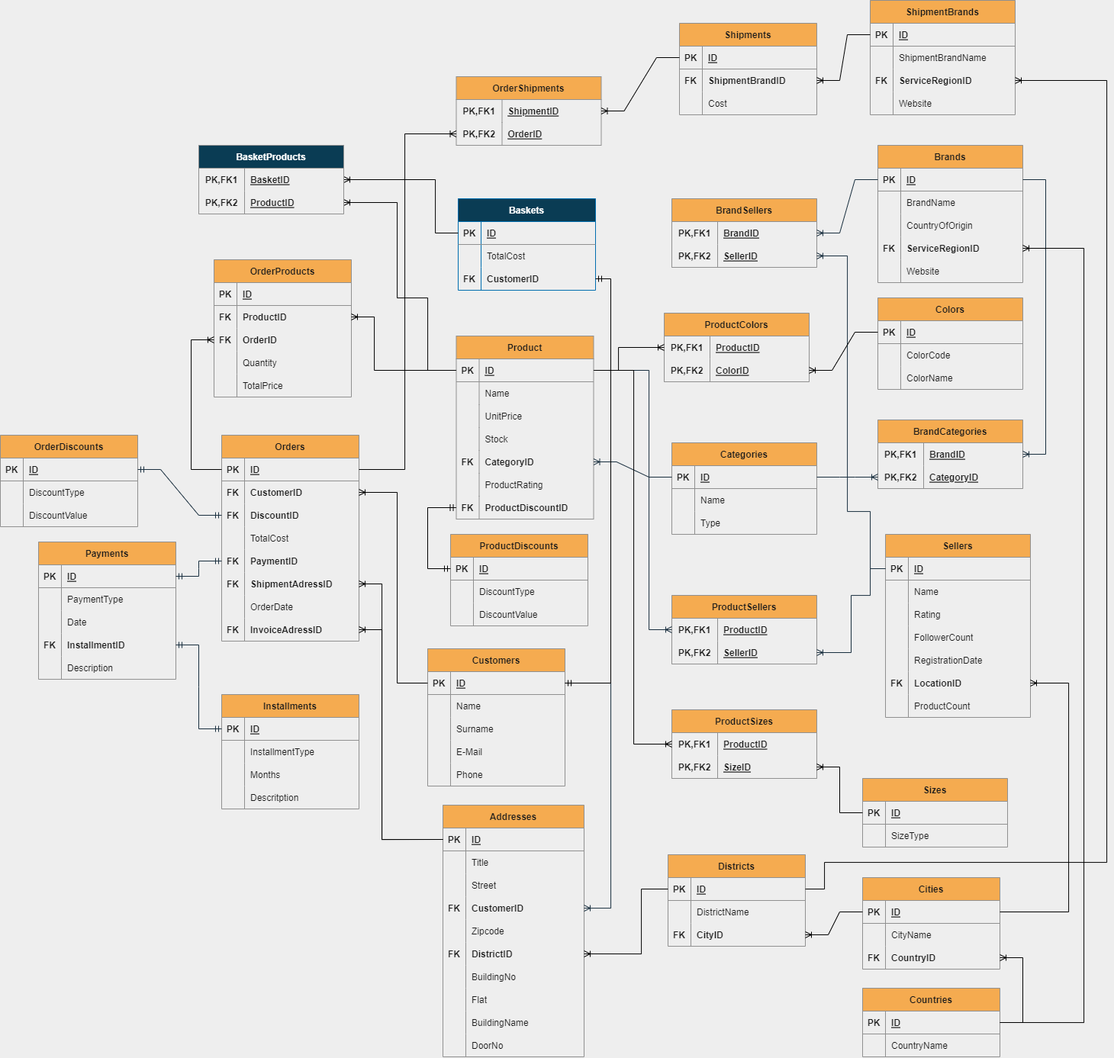
GGBebe/SQL keeps this draw.io diagram as UpdatedERdiagramNormalization.png. Above is the earlier version. Source tidied: cells renumbered, new cells last; positions are measured from the earlier drawing's top-left corner, leaving out a move shared by most shapes.
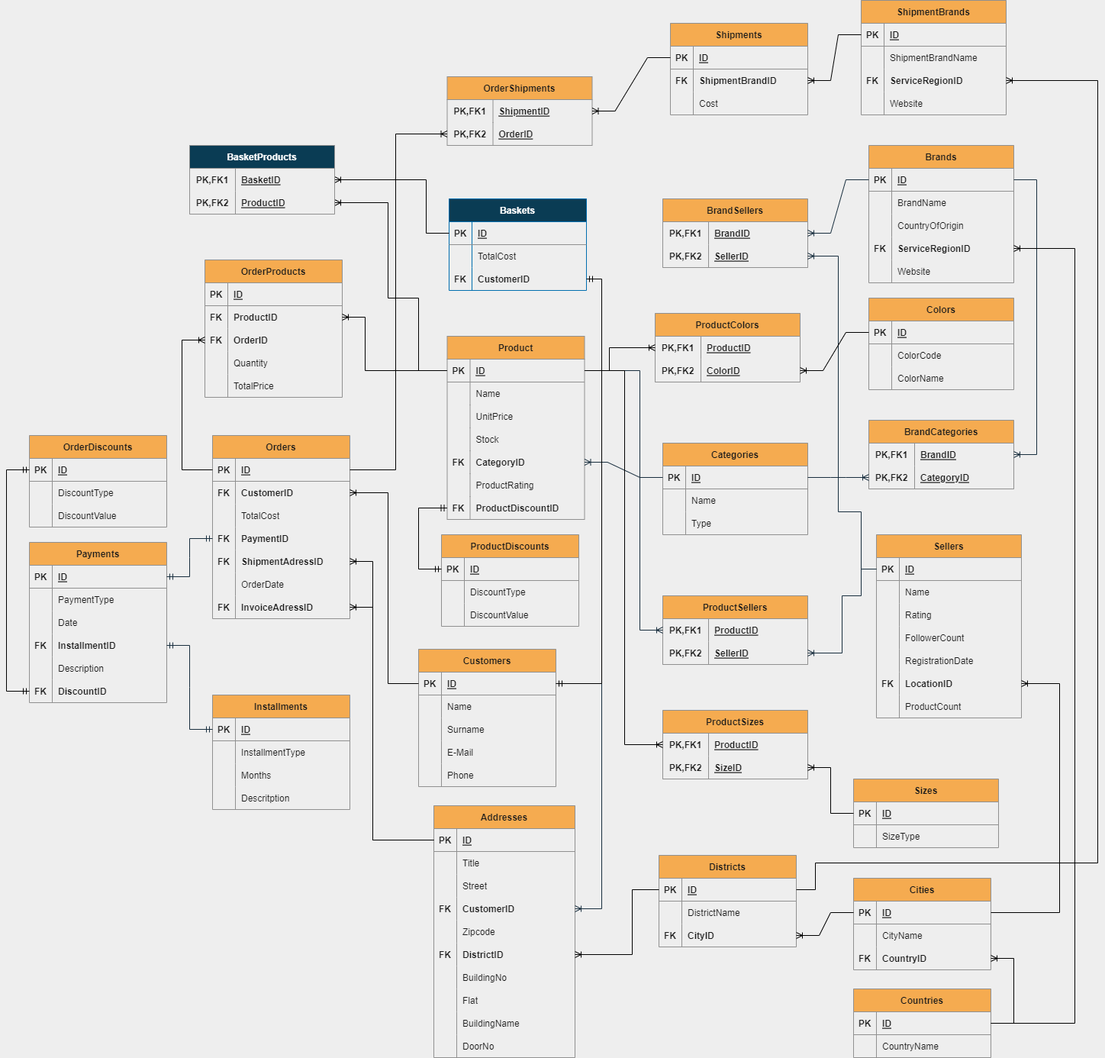
After the commit.

Diff of the diagram source:
```diff
@@ -529,7 +529,7 @@
       <mxGeometry x="30" width="150" height="30" as="geometry" />
     </mxCell>
     <mxCell id="168" value="Orders" style="shape=table;startSize=30;rowLines=0;fontStyle=1;align=center;fillColor=#F5AB50;strokeColor=#909090;fontColor=#1A1A1A;" parent="1" vertex="1">
-      <mxGeometry x="290" y="570" width="180" height="270" as="geometry" />
+      <mxGeometry x="290" y="570" width="180" height="240" as="geometry" />
     </mxCell>
     <mxCell id="169" style="shape=tableRow;horizontal=0;startSize=0;swimlaneHead=0;swimlaneBody=0;fillColor=none;points=[[0,0.5],[1,0.5]];portConstraint=eastwest;top=0;left=0;right=0;bottom=1;strokeColor=#909090;fontColor=#1A1A1A;" parent="168" vertex="1">
       <mxGeometry y="30" width="180" height="30" as="geometry" />
@@ -549,17 +549,8 @@
     <mxCell id="174" value="CustomerID" style="shape=partialRectangle;fillColor=none;top=0;left=0;bottom=0;right=0;align=left;spacingLeft=6;overflow=hidden;fontStyle=1;strokeColor=#909090;fontColor=#1A1A1A;" parent="172" vertex="1">
       <mxGeometry x="30" width="150" height="30" as="geometry" />
     </mxCell>
-    <mxCell id="175" style="shape=tableRow;horizontal=0;startSize=0;swimlaneHead=0;swimlaneBody=0;fillColor=none;points=[[0,0.5],[1,0.5]];portConstraint=eastwest;top=0;left=0;right=0;bottom=0;strokeColor=#909090;fontColor=#1A1A1A;" parent="168" vertex="1">
-      <mxGeometry y="90" width="180" height="30" as="geometry" />
-    </mxCell>
-    <mxCell id="176" value="FK" style="shape=partialRectangle;fillColor=none;top=0;left=0;bottom=0;right=0;overflow=hidden;fontStyle=1;strokeColor=#909090;fontColor=#1A1A1A;" parent="175" vertex="1">
-      <mxGeometry width="30" height="30" as="geometry" />
-    </mxCell>
-    <mxCell id="177" value="DiscountID " style="shape=partialRectangle;fillColor=none;top=0;left=0;bottom=0;right=0;align=left;spacingLeft=6;overflow=hidden;fontStyle=1;strokeColor=#909090;fontColor=#1A1A1A;" parent="175" vertex="1">
-      <mxGeometry x="30" width="150" height="30" as="geometry" />
-    </mxCell>
     <mxCell id="178" style="shape=tableRow;horizontal=0;startSize=0;swimlaneHead=0;swimlaneBody=0;fillColor=none;top=0;left=0;right=0;bottom=0;strokeColor=#909090;fontColor=#1A1A1A;" parent="168" vertex="1">
-      <mxGeometry y="120" width="180" height="30" as="geometry" />
+      <mxGeometry y="90" width="180" height="30" as="geometry" />
     </mxCell>
     <mxCell id="179" style="shape=partialRectangle;fillColor=none;top=0;left=0;bottom=0;right=0;overflow=hidden;strokeColor=#909090;fontColor=#1A1A1A;" parent="178" vertex="1">
       <mxGeometry width="30" height="30" as="geometry" />
@@ -568,7 +559,7 @@
       <mxGeometry x="30" width="150" height="30" as="geometry" />
     </mxCell>
     <mxCell id="181" style="shape=tableRow;horizontal=0;startSize=0;swimlaneHead=0;swimlaneBody=0;fillColor=none;points=[[0,0.5],[1,0.5]];portConstraint=eastwest;top=0;left=0;right=0;bottom=0;strokeColor=#909090;fontColor=#1A1A1A;" parent="168" vertex="1">
-      <mxGeometry y="150" width="180" height="30" as="geometry" />
+      <mxGeometry y="120" width="180" height="30" as="geometry" />
     </mxCell>
     <mxCell id="182" value="FK" style="shape=partialRectangle;fillColor=none;top=0;left=0;bottom=0;right=0;overflow=hidden;fontStyle=1;strokeColor=#909090;fontColor=#1A1A1A;" parent="181" vertex="1">
       <mxGeometry width="30" height="30" as="geometry" />
@@ -577,7 +568,7 @@
       <mxGeometry x="30" width="150" height="30" as="geometry" />
     </mxCell>
     <mxCell id="184" style="shape=tableRow;horizontal=0;startSize=0;swimlaneHead=0;swimlaneBody=0;fillColor=none;points=[[0,0.5],[1,0.5]];portConstraint=eastwest;top=0;left=0;right=0;bottom=0;strokeColor=#909090;fontColor=#1A1A1A;" parent="168" vertex="1">
-      <mxGeometry y="180" width="180" height="30" as="geometry" />
+      <mxGeometry y="150" width="180" height="30" as="geometry" />
     </mxCell>
     <mxCell id="185" value="FK" style="shape=partialRectangle;fillColor=none;top=0;left=0;bottom=0;right=0;overflow=hidden;fontStyle=1;strokeColor=#909090;fontColor=#1A1A1A;" parent="184" vertex="1">
       <mxGeometry width="30" height="30" as="geometry" />
@@ -586,7 +577,7 @@
       <mxGeometry x="30" width="150" height="30" as="geometry" />
     </mxCell>
     <mxCell id="187" style="shape=tableRow;horizontal=0;startSize=0;swimlaneHead=0;swimlaneBody=0;fillColor=none;top=0;left=0;right=0;bottom=0;strokeColor=#909090;fontColor=#1A1A1A;" parent="168" vertex="1">
-      <mxGeometry y="210" width="180" height="30" as="geometry" />
+      <mxGeometry y="180" width="180" height="30" as="geometry" />
     </mxCell>
     <mxCell id="188" style="shape=partialRectangle;fillColor=none;top=0;left=0;bottom=0;right=0;overflow=hidden;fontStyle=1;strokeColor=#909090;fontColor=#1A1A1A;" parent="187" vertex="1">
       <mxGeometry width="30" height="30" as="geometry" />
@@ -595,7 +586,7 @@
       <mxGeometry x="30" width="150" height="30" as="geometry" />
     </mxCell>
     <mxCell id="190" style="shape=tableRow;horizontal=0;startSize=0;swimlaneHead=0;swimlaneBody=0;fillColor=none;points=[[0,0.5],[1,0.5]];portConstraint=eastwest;top=0;left=0;right=0;bottom=0;strokeColor=#909090;fontColor=#1A1A1A;" parent="168" vertex="1">
-      <mxGeometry y="240" width="180" height="30" as="geometry" />
+      <mxGeometry y="210" width="180" height="30" as="geometry" />
     </mxCell>
     <mxCell id="191" value="FK" style="shape=partialRectangle;fillColor=none;top=0;left=0;bottom=0;right=0;overflow=hidden;fontStyle=1;strokeColor=#909090;fontColor=#1A1A1A;" parent="190" vertex="1">
       <mxGeometry width="30" height="30" as="geometry" />
@@ -604,7 +595,7 @@
       <mxGeometry x="30" width="150" height="30" as="geometry" />
     </mxCell>
     <mxCell id="193" value="Payments" style="shape=table;startSize=30;rowLines=0;fontStyle=1;align=center;fillColor=#F5AB50;strokeColor=#909090;fontColor=#1A1A1A;" parent="1" vertex="1">
-      <mxGeometry x="50" y="710" width="180" height="180" as="geometry" />
+      <mxGeometry x="50" y="710" width="180" height="210" as="geometry" />
     </mxCell>
     <mxCell id="194" style="shape=tableRow;horizontal=0;startSize=0;swimlaneHead=0;swimlaneBody=0;fillColor=none;points=[[0,0.5],[1,0.5]];portConstraint=eastwest;top=0;left=0;right=0;bottom=1;strokeColor=#909090;fontColor=#1A1A1A;" parent="193" vertex="1">
       <mxGeometry y="30" width="180" height="30" as="geometry" />
@@ -651,11 +642,20 @@
     <mxCell id="208" value="Description" style="shape=partialRectangle;fillColor=none;top=0;left=0;bottom=0;right=0;align=left;spacingLeft=6;overflow=hidden;strokeColor=#909090;fontColor=#1A1A1A;" parent="206" vertex="1">
       <mxGeometry x="30" width="150" height="30" as="geometry" />
     </mxCell>
+    <mxCell id="368" style="shape=tableRow;horizontal=0;startSize=0;swimlaneHead=0;swimlaneBody=0;fillColor=none;points=[[0,0.5],[1,0.5]];portConstraint=eastwest;top=0;left=0;right=0;bottom=0;strokeColor=#909090;fontColor=#1A1A1A;" parent="193" vertex="1">
+      <mxGeometry y="180" width="180" height="30" as="geometry" />
+    </mxCell>
+    <mxCell id="176" value="FK" style="shape=partialRectangle;fillColor=none;top=0;left=0;bottom=0;right=0;overflow=hidden;strokeColor=#909090;fontColor=#1A1A1A;fontStyle=1;" parent="368" vertex="1">
+      <mxGeometry width="30" height="30" as="geometry" />
+    </mxCell>
+    <mxCell id="177" value="DiscountID" style="shape=partialRectangle;fillColor=none;top=0;left=0;bottom=0;right=0;align=left;spacingLeft=6;overflow=hidden;strokeColor=#909090;fontColor=#1A1A1A;fontStyle=1;" parent="368" vertex="1">
+      <mxGeometry x="30" width="150" height="30" as="geometry" />
+    </mxCell>
     <mxCell id="209" style="edgeStyle=entityRelationEdgeStyle;fontSize=12;html=1;endArrow=ERmandOne;startArrow=ERmandOne;rounded=0;entryX=0;entryY=0.5;entryDx=0;entryDy=0;exitX=1;exitY=0.5;exitDx=0;exitDy=0;labelBackgroundColor=#EEEEEE;strokeColor=#182E3E;fontColor=#1A1A1A;" parent="1" edge="1" source="194" target="181">
       <mxGeometry relative="1" as="geometry" />
     </mxCell>
     <mxCell id="210" value="OrderDiscounts" style="shape=table;startSize=30;rowLines=0;fontStyle=1;align=center;fillColor=#F5AB50;strokeColor=#909090;fontColor=#1A1A1A;" parent="1" vertex="1">
-      <mxGeometry y="570" width="180" height="120" as="geometry" />
+      <mxGeometry x="50" y="570" width="180" height="120" as="geometry" />
     </mxCell>
     <mxCell id="211" style="shape=tableRow;horizontal=0;startSize=0;swimlaneHead=0;swimlaneBody=0;fillColor=none;points=[[0,0.5],[1,0.5]];portConstraint=eastwest;top=0;left=0;right=0;bottom=1;strokeColor=#909090;fontColor=#1A1A1A;" parent="210" vertex="1">
       <mxGeometry y="30" width="180" height="30" as="geometry" />
@@ -684,9 +684,6 @@
     <mxCell id="219" value="DiscountValue" style="shape=partialRectangle;fillColor=none;top=0;left=0;bottom=0;right=0;align=left;spacingLeft=6;overflow=hidden;strokeColor=#909090;fontColor=#1A1A1A;" parent="217" vertex="1">
       <mxGeometry x="30" width="150" height="30" as="geometry" />
     </mxCell>
-    <mxCell id="220" style="edgeStyle=entityRelationEdgeStyle;fontSize=12;html=1;endArrow=ERmandOne;startArrow=ERmandOne;rounded=0;exitX=1;exitY=0.5;exitDx=0;exitDy=0;entryX=0;entryY=0.5;entryDx=0;entryDy=0;labelBackgroundColor=#EEEEEE;strokeColor=#182E3E;fontColor=#1A1A1A;" parent="1" edge="1" source="211" target="175">
-      <mxGeometry relative="1" as="geometry" />
-    </mxCell>
     <mxCell id="221" value="Installments" style="shape=table;startSize=30;rowLines=0;fontStyle=1;align=center;fillColor=#F5AB50;strokeColor=#909090;fontColor=#1A1A1A;" parent="1" vertex="1">
       <mxGeometry x="290" y="910" width="180" height="150" as="geometry" />
     </mxCell>
@@ -785,11 +782,11 @@
     <mxCell id="251" value="TotalPrice" style="shape=partialRectangle;fillColor=none;top=0;left=0;bottom=0;right=0;align=left;spacingLeft=6;overflow=hidden;strokeColor=#909090;fontColor=#1A1A1A;" parent="249" vertex="1">
       <mxGeometry x="30" width="150" height="30" as="geometry" />
     </mxCell>
-    <mxCell id="252" style="edgeStyle=orthogonalEdgeStyle;fontSize=12;html=1;endArrow=ERoneToMany;rounded=0;exitX=0;exitY=0.5;exitDx=0;exitDy=0;" parent="1" edge="1" source="52" target="184">
+    <mxCell id="252" style="edgeStyle=orthogonalEdgeStyle;fontSize=12;html=1;endArrow=ERoneToMany;rounded=0;exitX=0;exitY=0.5;exitDx=0;exitDy=0;entryX=1;entryY=0.5;entryDx=0;entryDy=0;" parent="1" edge="1" source="52" target="184">
       <mxGeometry relative="1" as="geometry">
         <Array as="points">
           <mxPoint x="500" y="1100" />
-          <mxPoint x="500" y="765" />
+          <mxPoint x="500" y="735" />
         </Array>
       </mxGeometry>
     </mxCell>
@@ -1097,11 +1094,11 @@
         </Array>
       </mxGeometry>
     </mxCell>
-    <mxCell id="339" style="edgeStyle=orthogonalEdgeStyle;fontSize=12;html=1;endArrow=ERoneToMany;rounded=0;entryX=1;entryY=0.5;entryDx=0;entryDy=0;exitX=0;exitY=0.5;exitDx=0;exitDy=0;" parent="1" edge="1" source="52" target="190">
+    <mxCell id="339" style="edgeStyle=orthogonalEdgeStyle;fontSize=12;html=1;endArrow=ERoneToMany;rounded=0;exitX=0;exitY=0.5;exitDx=0;exitDy=0;entryX=1;entryY=0.5;entryDx=0;entryDy=0;" parent="1" edge="1" source="52" target="190">
       <mxGeometry relative="1" as="geometry">
         <Array as="points">
           <mxPoint x="500" y="1100" />
-          <mxPoint x="500" y="825" />
+          <mxPoint x="500" y="795" />
         </Array>
       </mxGeometry>
     </mxCell>
@@ -1210,5 +1207,13 @@
         </Array>
       </mxGeometry>
     </mxCell>
+    <mxCell id="369" style="edgeStyle=orthogonalEdgeStyle;fontSize=12;html=1;endArrow=ERmandOne;startArrow=ERmandOne;rounded=0;entryX=0;entryY=0.5;entryDx=0;entryDy=0;exitX=0;exitY=0.5;exitDx=0;exitDy=0;" parent="1" edge="1" source="368" target="211">
+      <mxGeometry relative="1" as="geometry">
+        <Array as="points">
+          <mxPoint x="20" y="905" />
+          <mxPoint x="20" y="615" />
+        </Array>
+      </mxGeometry>
+    </mxCell>
   </root>
 </mxGraphModel>
```
